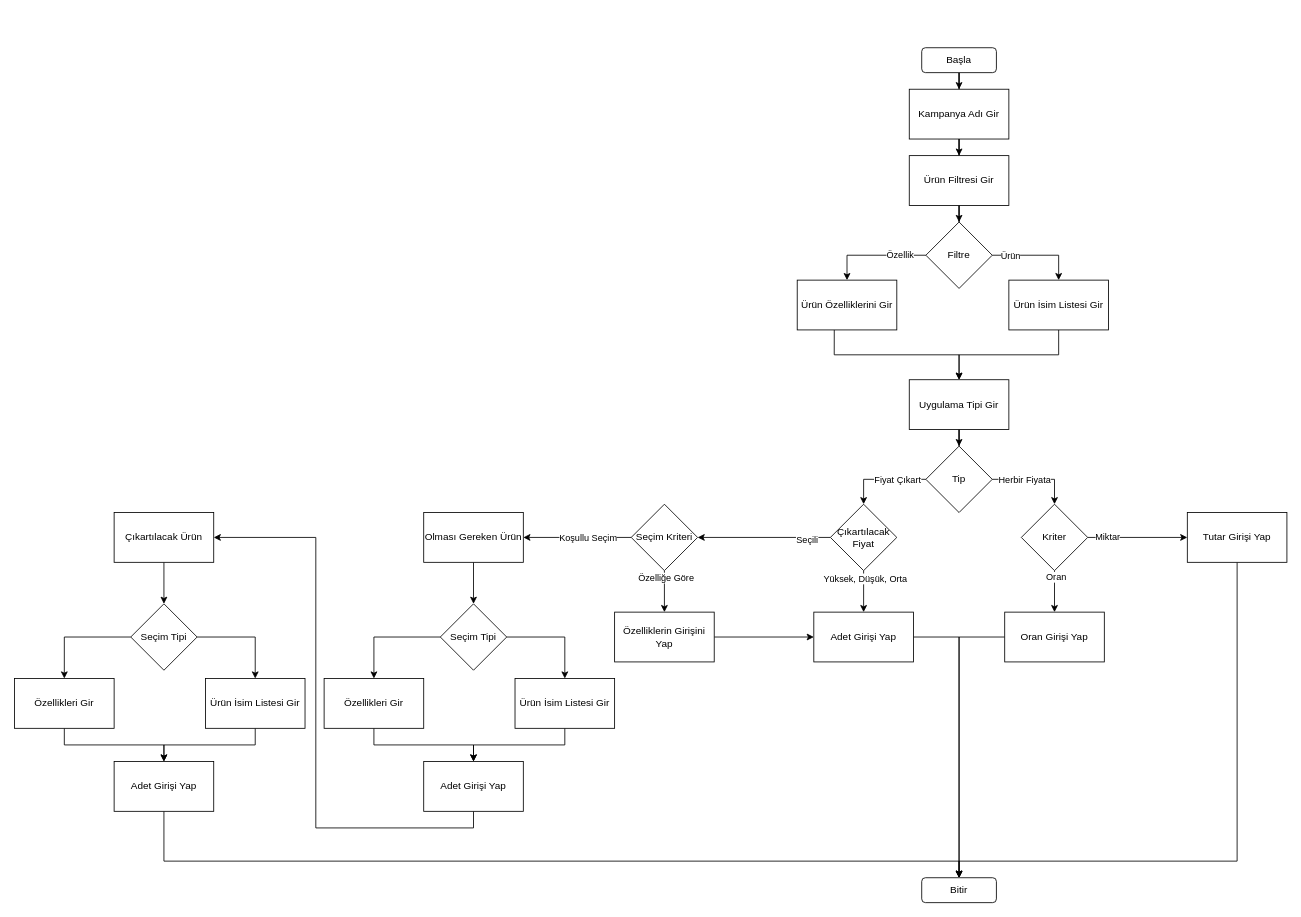
Before: Docs/Campaign_Akis.drawio in kemalbayram61/Campaign-Module, a draw.io diagram. Source tidied: cells renumbered, new cells numbered last; positions are measured from the earlier drawing's top-left corner, leaving out a move shared by most shapes. Both pictures are drawn from the tidied source at 83%, with x=0, y=0 at pixel (14, 47).
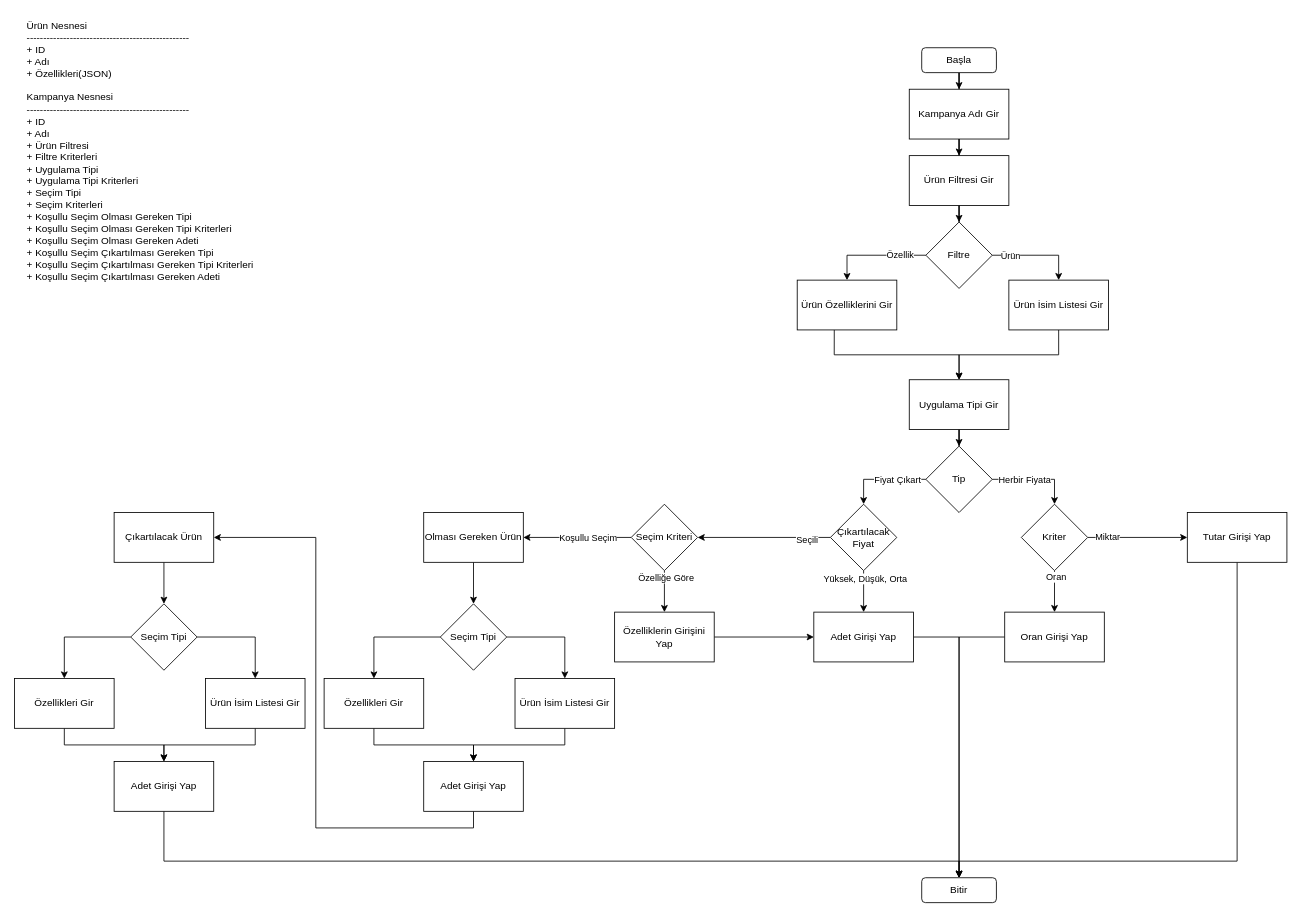
The same page after the edit.

The edit, as a diff of the source:
```diff
@@
+    <mxCell id="70" value="Ürün Nesnesi&lt;br&gt;-------------------------------------------------&lt;br&gt;+ ID&lt;br&gt;+ Adı&lt;br&gt;+ Özellikleri(JSON)&lt;br&gt;&lt;br&gt;Kampanya Nesnesi&lt;br&gt;-------------------------------------------------&lt;br&gt;+ ID&lt;br&gt;+ Adı&lt;br&gt;+ Ürün Filtresi&lt;br&gt;+ Filtre Kriterleri&lt;br&gt;+ Uygulama Tipi&lt;br&gt;+ Uygulama Tipi Kriterleri&lt;br&gt;+ Seçim Tipi&lt;br&gt;+ Seçim Kriterleri&lt;br&gt;+ Koşullu Seçim Olması Gereken Tipi&lt;br&gt;+&amp;nbsp;Koşullu Seçim Olması Gereken Tipi Kriterleri&lt;br&gt;+&amp;nbsp;Koşullu Seçim Olması Gereken Adeti&lt;br&gt;+ Koşullu Seçim Çıkartılması Gereken Tipi&lt;br&gt;+&amp;nbsp;Koşullu Seçim Çıkartılması Gereken Tipi Kriterleri&lt;br&gt;+&amp;nbsp;Koşullu Seçim Çıkartılması Gereken Adeti" style="text;html=1;strokeColor=none;fillColor=none;align=left;verticalAlign=top;whiteSpace=wrap;rounded=0;" parent="1" vertex="1">
+      <mxGeometry x="13" y="-40" width="310" height="310" as="geometry" />
+    </mxCell>
```
